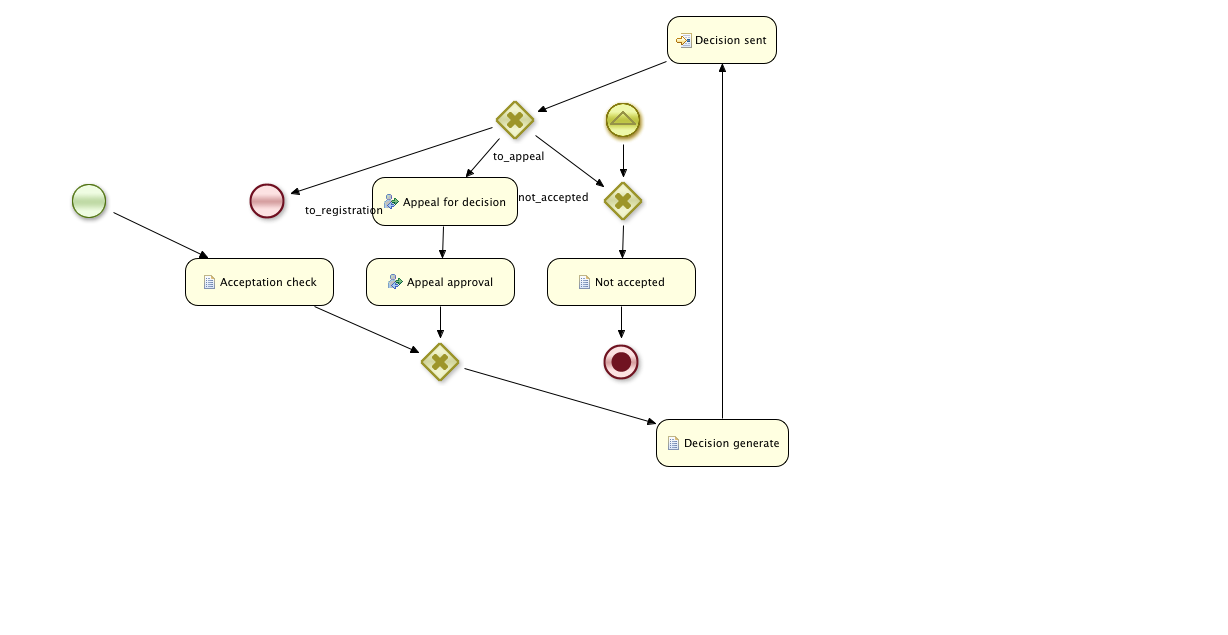
janondrusek/MI-MPR-DIP-Admission keeps this BPMN diagram as src/main/resources/bpm/2012_decision.png. Above is the earlier version. Its source is kept beside it as src/main/resources/process/2012_decision.bpmn. Ids are renumbered. Its diagram source:
```xml
<definitions id="Definition"
             targetNamespace="http://www.jboss.org/drools"
             typeLanguage="http://www.java.com/javaTypes"
             expressionLanguage="http://www.mvel.org/2.0"
             xmlns="http://www.omg.org/spec/BPMN/20100524/MODEL"
             xmlns:xsi="http://www.w3.org/2001/XMLSchema-instance"
             xsi:schemaLocation="http://www.omg.org/spec/BPMN/20100524/MODEL BPMN20.xsd"
             xmlns:g="http://www.jboss.org/drools/flow/gpd"
             xmlns:bpmndi="http://www.omg.org/spec/BPMN/20100524/DI"
             xmlns:dc="http://www.omg.org/spec/DD/20100524/DC"
             xmlns:di="http://www.omg.org/spec/DD/20100524/DI"
             xmlns:tns="http://www.jboss.org/drools">

  <itemDefinition id="_admissionItem" structureRef="cz.cvut.fit.mi_mpr_dip.admission.domain.Admission" />
  <itemDefinition id="_evaluatorItem" structureRef="cz.cvut.fit.mi_mpr_dip.admission.jbpm.eval.ProcessEvaluator" />
  <itemDefinition id="_propItem" structureRef="java.util.HashMap" />
  <itemDefinition id="_emailToItem" structureRef="String" />

  <process processType="Private" isExecutable="true" id="cz.cvut.fit.mi_mpr_dip.admission.2012_decision" name="Sample Process" tns:packageName="defaultPackage" >

    <extensionElements>
     <tns:import name="cz.cvut.fit.mi_mpr_dip.admission.domain.Appeal" />
     <tns:import name="cz.cvut.fit.mi_mpr_dip.admission.domain.AppealType" />
    </extensionElements>
    <!-- process variables -->
    <property id="admission" itemSubjectRef="_admissionItem"/>
    <property id="evaluator" itemSubjectRef="_evaluatorItem"/>
    <property id="prop" itemSubjectRef="_propItem"/>
    <property id="emailTo" itemSubjectRef="_emailToItem"/>

    <!-- nodes -->
    <startEvent id="_1" name="StartProcess" />
    <endEvent id="_2" name="End" />
    <scriptTask id="_3" name="Decision generate" scriptFormat="http://www.java.com/java" >
      <script>System.out.println("Generating decision ...");

evaluator.testGeneratingDecisionType(admission);</script>
    </scriptTask>
    <exclusiveGateway id="_4" name="Gateway - After SWC II" gatewayDirection="Converging" />
    <exclusiveGateway id="_6" name="Gateway - Admission acceptation check" gatewayDirection="Diverging" />
    <endEvent id="_9" name="End" >
        <terminateEventDefinition/>
    </endEvent>
    <scriptTask id="_10" name="Not accepted" scriptFormat="http://www.java.com/java" >
      <script></script>
    </scriptTask>
    <userTask id="_11" name="Appeal for decision" >
      <extensionElements>
        <tns:onEntry-script scriptFormat="http://www.java.com/java">
          <script>System.out.println("Possibility of appeal!");</script>
        </tns:onEntry-script>
      </extensionElements>
      <ioSpecification>
        <inputSet>
        </inputSet>
        <outputSet>
        </outputSet>
      </ioSpecification>
    </userTask>
    <userTask id="_13" name="Appeal approval" >
      <extensionElements>
        <tns:onEntry-script scriptFormat="http://www.java.com/java">
          <script>System.out.println("Appeal approval!");</script>
        </tns:onEntry-script>
        <tns:onEntry-script scriptFormat="http://www.java.com/java">
          <script></script>
        </tns:onEntry-script>
        <tns:onExit-script scriptFormat="http://www.java.com/java">
          <script>AppealType at = new AppealType();
		at.setName("Dean");

		Appeal a = new Appeal();
		a.setAppealType(at);
		a.setAccepted(false);

		admission.getAppeals().add(a);</script>
        </tns:onExit-script>
      </extensionElements>
      <ioSpecification>
        <inputSet>
        </inputSet>
        <outputSet>
        </outputSet>
      </ioSpecification>
    </userTask>
    <task id="_14" name="Decision sent" tns:taskName="Email" >
      <extensionElements>
        <tns:onEntry-script scriptFormat="http://www.java.com/java">
          <script>System.out.println("Sent decision ...");</script>
        </tns:onEntry-script>
        <tns:onExit-script scriptFormat="http://www.java.com/java">
          <script>if (admission.getAppeals().size() == 2) {
	admission.setAccepted(true);
}</script>
        </tns:onExit-script>
      </extensionElements>
      <ioSpecification>
        <dataInput id="_14_BodyInput" name="Body" />
        <dataInput id="_14_SubjectInput" name="Subject" />
        <dataInput id="_14_ToInput" name="To" />
        <dataInput id="_14_FromInput" name="From" />
        <inputSet>
          <dataInputRefs>_14_BodyInput</dataInputRefs>
          <dataInputRefs>_14_SubjectInput</dataInputRefs>
          <dataInputRefs>_14_ToInput</dataInputRefs>
          <dataInputRefs>_14_FromInput</dataInputRefs>
        </inputSet>
        <outputSet>
        </outputSet>
      </ioSpecification>
      <dataInputAssociation>
        <targetRef>_14_BodyInput</targetRef>
        <assignment>
          <from xsi:type="tFormalExpression">Decision sent</from>
          <to xsi:type="tFormalExpression">_14_BodyInput</to>
        </assignment>
      </dataInputAssociation>
      <dataInputAssociation>
        <targetRef>_14_SubjectInput</targetRef>
        <assignment>
          <from xsi:type="tFormalExpression">FIT - Decision sent</from>
          <to xsi:type="tFormalExpression">_14_SubjectInput</to>
        </assignment>
      </dataInputAssociation>
      <dataInputAssociation>
        <targetRef>_14_ToInput</targetRef>
        <assignment>
          <from xsi:type="tFormalExpression">#{emailTo}</from>
          <to xsi:type="tFormalExpression">_14_ToInput</to>
        </assignment>
      </dataInputAssociation>
      <dataInputAssociation>
        <targetRef>_14_FromInput</targetRef>
        <assignment>
          <from xsi:type="tFormalExpression">#{prop.get("mail.from")}</from>
          <to xsi:type="tFormalExpression">_14_FromInput</to>
        </assignment>
      </dataInputAssociation>
    </task>
    <scriptTask id="_15" name="SW Control II" scriptFormat="http://www.java.com/java" >
      <script>evaluator.evalAdmissionSWCTwo(admission);

// WARNING
admission.setAccepted(true);</script>
    </scriptTask>
    <intermediateCatchEvent id="_17" name="Signal" >
      <signalEventDefinition signalRef="expired_time_for_appeal"/>
    </intermediateCatchEvent>
    <exclusiveGateway id="_16" name="Gateway - decision signal" gatewayDirection="Converging" />

    <!-- connections -->
    <sequenceFlow id="_6-_2" sourceRef="_6" targetRef="_2" name="registration" tns:priority="1" >
      <conditionExpression xsi:type="tFormalExpression" language="http://www.java.com/java" >return evaluator.evalAdmissionAcceptance(admission);</conditionExpression>
    </sequenceFlow>
    <sequenceFlow id="_4-_3" sourceRef="_4" targetRef="_3" />
    <sequenceFlow id="_13-_4" sourceRef="_13" targetRef="_4" />
    <sequenceFlow id="_15-_4" sourceRef="_15" targetRef="_4" />
    <sequenceFlow id="_14-_6" sourceRef="_14" targetRef="_6" />
    <sequenceFlow id="_10-_9" sourceRef="_10" targetRef="_9" />
    <sequenceFlow id="_16-_10" sourceRef="_16" targetRef="_10" />
    <sequenceFlow id="_6-_11" sourceRef="_6" targetRef="_11" name="appeal" tns:priority="1" >
      <conditionExpression xsi:type="tFormalExpression" language="http://www.java.com/java" >return evaluator.evalAppealPossibility(admission);</conditionExpression>
    </sequenceFlow>
    <sequenceFlow id="_11-_13" sourceRef="_11" targetRef="_13" />
    <sequenceFlow id="_3-_14" sourceRef="_3" targetRef="_14" />
    <sequenceFlow id="_1-_15" sourceRef="_1" targetRef="_15" />
    <sequenceFlow id="_6-_16" sourceRef="_6" targetRef="_16" name="rejected" tns:priority="3" >
      <conditionExpression xsi:type="tFormalExpression" language="http://www.java.com/java" >return true;</conditionExpression>
    </sequenceFlow>
    <sequenceFlow id="_17-_16" sourceRef="_17" targetRef="_16" />

  </process>

  <bpmndi:BPMNDiagram>
    <bpmndi:BPMNPlane bpmnElement="cz.cvut.fit.mi_mpr_dip.admission.2012_decision" >
      <bpmndi:BPMNShape bpmnElement="_1" >
        <dc:Bounds x="65" y="177" width="48" height="48" />
      </bpmndi:BPMNShape>
      <bpmndi:BPMNShape bpmnElement="_2" >
        <dc:Bounds x="243" y="177" width="48" height="48" />
      </bpmndi:BPMNShape>
      <bpmndi:BPMNShape bpmnElement="_3" >
        <dc:Bounds x="656" y="419" width="133" height="48" />
      </bpmndi:BPMNShape>
      <bpmndi:BPMNShape bpmnElement="_4" >
        <dc:Bounds x="416" y="338" width="48" height="48" />
      </bpmndi:BPMNShape>
      <bpmndi:BPMNShape bpmnElement="_6" >
        <dc:Bounds x="491" y="96" width="48" height="48" />
      </bpmndi:BPMNShape>
      <bpmndi:BPMNShape bpmnElement="_9" >
        <dc:Bounds x="597" y="338" width="48" height="48" />
      </bpmndi:BPMNShape>
      <bpmndi:BPMNShape bpmnElement="_10" >
        <dc:Bounds x="547" y="258" width="149" height="48" />
      </bpmndi:BPMNShape>
      <bpmndi:BPMNShape bpmnElement="_11" >
        <dc:Bounds x="372" y="177" width="146" height="49" />
      </bpmndi:BPMNShape>
      <bpmndi:BPMNShape bpmnElement="_13" >
        <dc:Bounds x="366" y="258" width="149" height="48" />
      </bpmndi:BPMNShape>
      <bpmndi:BPMNShape bpmnElement="_14" >
        <dc:Bounds x="667" y="16" width="110" height="48" />
      </bpmndi:BPMNShape>
      <bpmndi:BPMNShape bpmnElement="_15" >
        <dc:Bounds x="185" y="258" width="149" height="48" />
      </bpmndi:BPMNShape>
      <bpmndi:BPMNShape bpmnElement="_17" >
        <dc:Bounds x="599" y="96" width="48" height="48" />
      </bpmndi:BPMNShape>
      <bpmndi:BPMNShape bpmnElement="_16" >
        <dc:Bounds x="599" y="177" width="48" height="48" />
      </bpmndi:BPMNShape>
      <bpmndi:BPMNEdge bpmnElement="_6-_2" >
        <di:waypoint x="515" y="120" />
        <di:waypoint x="267" y="201" />
      </bpmndi:BPMNEdge>
      <bpmndi:BPMNEdge bpmnElement="_4-_3" >
        <di:waypoint x="440" y="362" />
        <di:waypoint x="722" y="443" />
      </bpmndi:BPMNEdge>
      <bpmndi:BPMNEdge bpmnElement="_13-_4" >
        <di:waypoint x="440" y="282" />
        <di:waypoint x="440" y="362" />
      </bpmndi:BPMNEdge>
      <bpmndi:BPMNEdge bpmnElement="_15-_4" >
        <di:waypoint x="259" y="282" />
        <di:waypoint x="440" y="362" />
      </bpmndi:BPMNEdge>
      <bpmndi:BPMNEdge bpmnElement="_14-_6" >
        <di:waypoint x="722" y="40" />
        <di:waypoint x="515" y="120" />
      </bpmndi:BPMNEdge>
      <bpmndi:BPMNEdge bpmnElement="_10-_9" >
        <di:waypoint x="621" y="282" />
        <di:waypoint x="621" y="362" />
      </bpmndi:BPMNEdge>
      <bpmndi:BPMNEdge bpmnElement="_16-_10" >
        <di:waypoint x="623" y="201" />
        <di:waypoint x="621" y="282" />
      </bpmndi:BPMNEdge>
      <bpmndi:BPMNEdge bpmnElement="_6-_11" >
        <di:waypoint x="515" y="120" />
        <di:waypoint x="445" y="201" />
      </bpmndi:BPMNEdge>
      <bpmndi:BPMNEdge bpmnElement="_11-_13" >
        <di:waypoint x="445" y="201" />
        <di:waypoint x="440" y="282" />
      </bpmndi:BPMNEdge>
      <bpmndi:BPMNEdge bpmnElement="_3-_14" >
        <di:waypoint x="722" y="443" />
        <di:waypoint x="722" y="40" />
      </bpmndi:BPMNEdge>
      <bpmndi:BPMNEdge bpmnElement="_1-_15" >
        <di:waypoint x="89" y="201" />
        <di:waypoint x="259" y="282" />
      </bpmndi:BPMNEdge>
      <bpmndi:BPMNEdge bpmnElement="_6-_16" >
        <di:waypoint x="515" y="120" />
        <di:waypoint x="623" y="201" />
      </bpmndi:BPMNEdge>
      <bpmndi:BPMNEdge bpmnElement="_17-_16" >
        <di:waypoint x="623" y="120" />
        <di:waypoint x="623" y="201" />
      </bpmndi:BPMNEdge>
    </bpmndi:BPMNPlane>
  </bpmndi:BPMNDiagram>

</definitions>
```
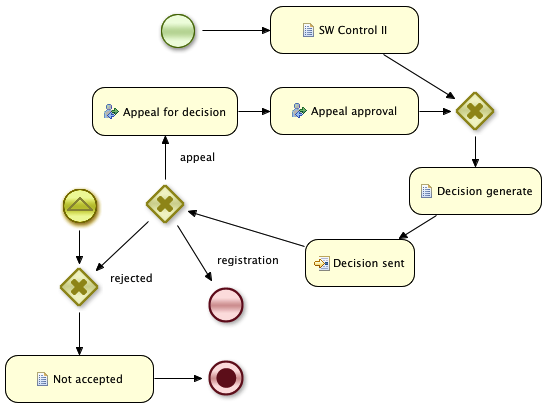
Later version of the same file.

The edit, as a diff of the source:
```diff
@@ -174,95 +174,95 @@
   <bpmndi:BPMNDiagram>
     <bpmndi:BPMNPlane bpmnElement="cz.cvut.fit.mi_mpr_dip.admission.2012_decision" >
       <bpmndi:BPMNShape bpmnElement="_1" >
-        <dc:Bounds x="65" y="177" width="48" height="48" />
+        <dc:Bounds x="159" y="14" width="48" height="48" />
       </bpmndi:BPMNShape>
       <bpmndi:BPMNShape bpmnElement="_2" >
-        <dc:Bounds x="243" y="177" width="48" height="48" />
+        <dc:Bounds x="207" y="288" width="48" height="48" />
       </bpmndi:BPMNShape>
       <bpmndi:BPMNShape bpmnElement="_3" >
-        <dc:Bounds x="656" y="419" width="133" height="48" />
+        <dc:Bounds x="414" y="174" width="133" height="48" />
       </bpmndi:BPMNShape>
       <bpmndi:BPMNShape bpmnElement="_4" >
-        <dc:Bounds x="416" y="338" width="48" height="48" />
+        <dc:Bounds x="456" y="94" width="48" height="48" />
       </bpmndi:BPMNShape>
       <bpmndi:BPMNShape bpmnElement="_6" >
-        <dc:Bounds x="491" y="96" width="48" height="48" />
+        <dc:Bounds x="146" y="187" width="48" height="48" />
       </bpmndi:BPMNShape>
       <bpmndi:BPMNShape bpmnElement="_9" >
-        <dc:Bounds x="597" y="338" width="48" height="48" />
+        <dc:Bounds x="207" y="361" width="48" height="48" />
       </bpmndi:BPMNShape>
       <bpmndi:BPMNShape bpmnElement="_10" >
-        <dc:Bounds x="547" y="258" width="149" height="48" />
+        <dc:Bounds x="10" y="362" width="149" height="48" />
       </bpmndi:BPMNShape>
       <bpmndi:BPMNShape bpmnElement="_11" >
-        <dc:Bounds x="372" y="177" width="146" height="49" />
+        <dc:Bounds x="97" y="94" width="146" height="49" />
       </bpmndi:BPMNShape>
       <bpmndi:BPMNShape bpmnElement="_13" >
-        <dc:Bounds x="366" y="258" width="149" height="48" />
+        <dc:Bounds x="275" y="94" width="149" height="48" />
       </bpmndi:BPMNShape>
       <bpmndi:BPMNShape bpmnElement="_14" >
-        <dc:Bounds x="667" y="16" width="110" height="48" />
+        <dc:Bounds x="310" y="246" width="110" height="48" />
       </bpmndi:BPMNShape>
       <bpmndi:BPMNShape bpmnElement="_15" >
-        <dc:Bounds x="185" y="258" width="149" height="48" />
+        <dc:Bounds x="275" y="13" width="149" height="48" />
       </bpmndi:BPMNShape>
       <bpmndi:BPMNShape bpmnElement="_17" >
-        <dc:Bounds x="599" y="96" width="48" height="48" />
+        <dc:Bounds x="61" y="189" width="48" height="48" />
       </bpmndi:BPMNShape>
       <bpmndi:BPMNShape bpmnElement="_16" >
-        <dc:Bounds x="599" y="177" width="48" height="48" />
+        <dc:Bounds x="60" y="270" width="48" height="48" />
       </bpmndi:BPMNShape>
       <bpmndi:BPMNEdge bpmnElement="_6-_2" >
-        <di:waypoint x="515" y="120" />
-        <di:waypoint x="267" y="201" />
+        <di:waypoint x="170" y="211" />
+        <di:waypoint x="231" y="312" />
       </bpmndi:BPMNEdge>
       <bpmndi:BPMNEdge bpmnElement="_4-_3" >
-        <di:waypoint x="440" y="362" />
-        <di:waypoint x="722" y="443" />
+        <di:waypoint x="480" y="118" />
+        <di:waypoint x="480" y="198" />
       </bpmndi:BPMNEdge>
       <bpmndi:BPMNEdge bpmnElement="_13-_4" >
-        <di:waypoint x="440" y="282" />
-        <di:waypoint x="440" y="362" />
+        <di:waypoint x="349" y="118" />
+        <di:waypoint x="480" y="118" />
       </bpmndi:BPMNEdge>
       <bpmndi:BPMNEdge bpmnElement="_15-_4" >
-        <di:waypoint x="259" y="282" />
-        <di:waypoint x="440" y="362" />
+        <di:waypoint x="349" y="37" />
+        <di:waypoint x="480" y="118" />
       </bpmndi:BPMNEdge>
       <bpmndi:BPMNEdge bpmnElement="_14-_6" >
-        <di:waypoint x="722" y="40" />
-        <di:waypoint x="515" y="120" />
+        <di:waypoint x="365" y="270" />
+        <di:waypoint x="170" y="211" />
       </bpmndi:BPMNEdge>
       <bpmndi:BPMNEdge bpmnElement="_10-_9" >
-        <di:waypoint x="621" y="282" />
-        <di:waypoint x="621" y="362" />
+        <di:waypoint x="84" y="386" />
+        <di:waypoint x="231" y="385" />
       </bpmndi:BPMNEdge>
       <bpmndi:BPMNEdge bpmnElement="_16-_10" >
-        <di:waypoint x="623" y="201" />
-        <di:waypoint x="621" y="282" />
+        <di:waypoint x="84" y="294" />
+        <di:waypoint x="84" y="386" />
       </bpmndi:BPMNEdge>
       <bpmndi:BPMNEdge bpmnElement="_6-_11" >
-        <di:waypoint x="515" y="120" />
-        <di:waypoint x="445" y="201" />
+        <di:waypoint x="170" y="211" />
+        <di:waypoint x="170" y="118" />
       </bpmndi:BPMNEdge>
       <bpmndi:BPMNEdge bpmnElement="_11-_13" >
-        <di:waypoint x="445" y="201" />
-        <di:waypoint x="440" y="282" />
+        <di:waypoint x="170" y="118" />
+        <di:waypoint x="349" y="118" />
       </bpmndi:BPMNEdge>
       <bpmndi:BPMNEdge bpmnElement="_3-_14" >
-        <di:waypoint x="722" y="443" />
-        <di:waypoint x="722" y="40" />
+        <di:waypoint x="480" y="198" />
+        <di:waypoint x="365" y="270" />
       </bpmndi:BPMNEdge>
       <bpmndi:BPMNEdge bpmnElement="_1-_15" >
-        <di:waypoint x="89" y="201" />
-        <di:waypoint x="259" y="282" />
+        <di:waypoint x="183" y="38" />
+        <di:waypoint x="349" y="37" />
       </bpmndi:BPMNEdge>
       <bpmndi:BPMNEdge bpmnElement="_6-_16" >
-        <di:waypoint x="515" y="120" />
-        <di:waypoint x="623" y="201" />
+        <di:waypoint x="170" y="211" />
+        <di:waypoint x="84" y="294" />
       </bpmndi:BPMNEdge>
       <bpmndi:BPMNEdge bpmnElement="_17-_16" >
-        <di:waypoint x="623" y="120" />
-        <di:waypoint x="623" y="201" />
+        <di:waypoint x="85" y="213" />
+        <di:waypoint x="84" y="294" />
       </bpmndi:BPMNEdge>
     </bpmndi:BPMNPlane>
   </bpmndi:BPMNDiagram>
```
